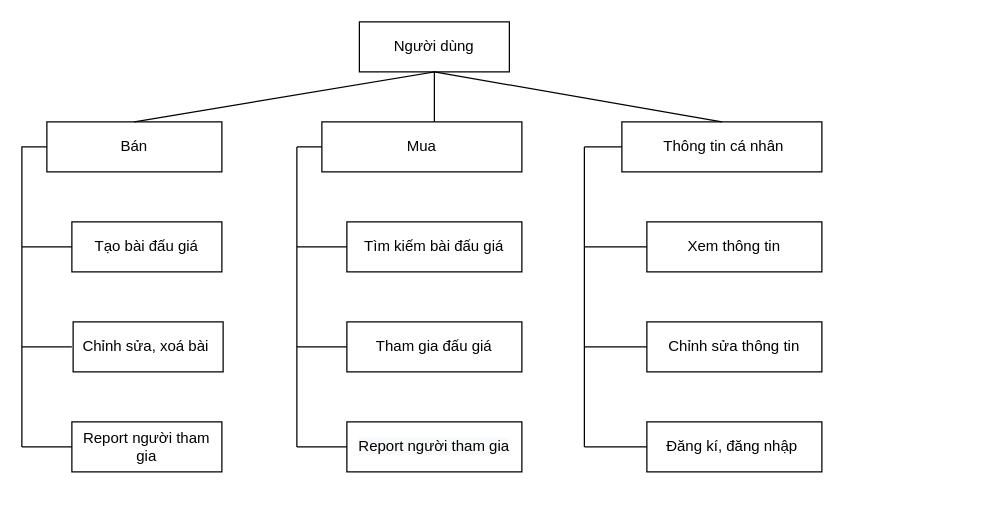
vinhmh/upload-file keeps this draw.io diagram as Untitled Diagram.drawio. Above is the earlier version. Source tidied: cells renumbered, new cells numbered last; positions are measured from the earlier drawing's top-left corner, leaving out a move shared by most shapes. Both pictures are drawn from the tidied source at 125%, with x=0, y=0 at pixel (21, 21).
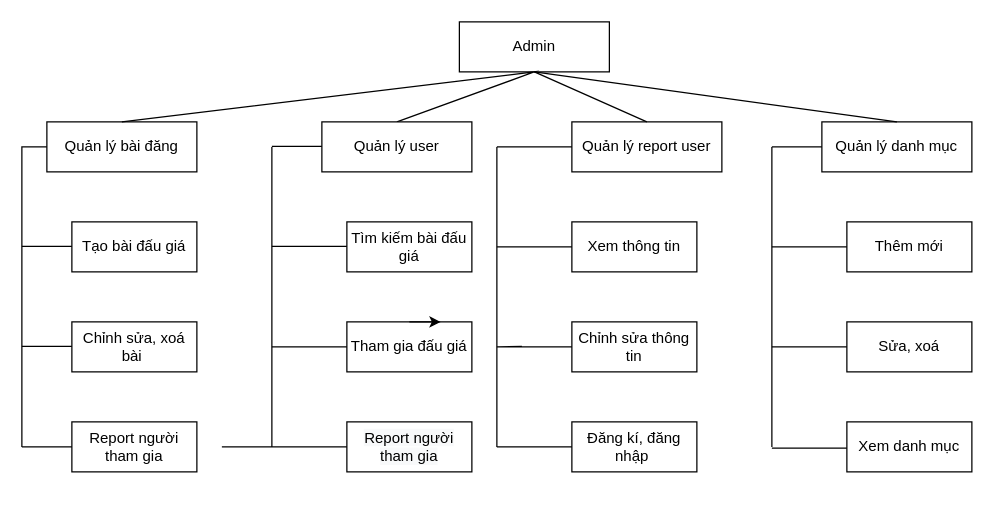
The same diagram, later.

Diff of the diagram source:
```diff
@@
-    <mxCell id="2" value="Người dùng" style="rounded=0;whiteSpace=wrap;html=1;" parent="1" vertex="1">
-      <mxGeometry x="270" width="120" height="40" as="geometry" />
+    <mxCell id="2" value="Admin" style="rounded=0;whiteSpace=wrap;html=1;" parent="1" vertex="1">
+      <mxGeometry x="350" width="120" height="40" as="geometry" />
     </mxCell>
-    <mxCell id="3" value="Bán" style="rounded=0;whiteSpace=wrap;html=1;" parent="1" vertex="1">
-      <mxGeometry x="20" y="80" width="140" height="40" as="geometry" />
+    <mxCell id="3" value="Quản lý bài đăng" style="rounded=0;whiteSpace=wrap;html=1;" parent="1" vertex="1">
+      <mxGeometry x="20" y="80" width="120" height="40" as="geometry" />
     </mxCell>
-    <mxCell id="4" style="endArrow=none;html=1;rounded=0;exitX=0.5;exitY=0;exitDx=0;exitDy=0;" parent="1" edge="1" source="3">
+    <mxCell id="4" style="endArrow=none;html=1;rounded=0;exitX=0.5;exitY=0;exitDx=0;exitDy=0;entryX=0.5;entryY=0;entryDx=0;entryDy=0;" parent="1" edge="1" source="3" target="5">
       <mxGeometry relative="1" as="geometry">
-        <mxPoint x="330" y="80" as="targetPoint" />
         <Array as="points">
-          <mxPoint x="330" y="40" />
+          <mxPoint x="410" y="40" />
         </Array>
       </mxGeometry>
     </mxCell>
-    <mxCell id="5" value="Mua" style="rounded=0;whiteSpace=wrap;html=1;" parent="1" vertex="1">
-      <mxGeometry x="240" y="80" width="160" height="40" as="geometry" />
+    <mxCell id="5" value="Quản lý user" style="rounded=0;whiteSpace=wrap;html=1;" parent="1" vertex="1">
+      <mxGeometry x="240" y="80" width="120" height="40" as="geometry" />
     </mxCell>
     <mxCell id="6" value="Tạo bài đấu giá" style="rounded=0;whiteSpace=wrap;html=1;" parent="1" vertex="1">
-      <mxGeometry x="40" y="160" width="120" height="40" as="geometry" />
+      <mxGeometry x="40" y="160" width="100" height="40" as="geometry" />
     </mxCell>
     <mxCell id="7" value="Chỉnh sửa, xoá bài&amp;nbsp;" style="rounded=0;whiteSpace=wrap;html=1;" parent="1" vertex="1">
-      <mxGeometry x="41" y="240" width="120" height="40" as="geometry" />
+      <mxGeometry x="40" y="240" width="100" height="40" as="geometry" />
     </mxCell>
     <mxCell id="8" value="Report người tham gia" style="rounded=0;whiteSpace=wrap;html=1;" parent="1" vertex="1">
-      <mxGeometry x="40" y="320" width="120" height="40" as="geometry" />
+      <mxGeometry x="40" y="320" width="100" height="40" as="geometry" />
     </mxCell>
     <mxCell id="9" value="Tham gia đấu giá" style="rounded=0;whiteSpace=wrap;html=1;" parent="1" vertex="1">
-      <mxGeometry x="260" y="240" width="140" height="40" as="geometry" />
+      <mxGeometry x="260" y="240" width="100" height="40" as="geometry" />
     </mxCell>
     <mxCell id="10" value="Tìm kiếm bài đấu giá" style="rounded=0;whiteSpace=wrap;html=1;" parent="1" vertex="1">
-      <mxGeometry x="260" y="160" width="140" height="40" as="geometry" />
+      <mxGeometry x="260" y="160" width="100" height="40" as="geometry" />
     </mxCell>
     <mxCell id="11" value="&#10;&#10;&lt;span style=&quot;color: rgb(0, 0, 0); font-family: helvetica; font-size: 12px; font-style: normal; font-weight: 400; letter-spacing: normal; text-align: center; text-indent: 0px; text-transform: none; word-spacing: 0px; background-color: rgb(248, 249, 250); display: inline; float: none;&quot;&gt;Report người tham gia&lt;/span&gt;&#10;&#10;" style="rounded=0;whiteSpace=wrap;html=1;" parent="1" vertex="1">
-      <mxGeometry x="260" y="320" width="140" height="40" as="geometry" />
+      <mxGeometry x="260" y="320" width="100" height="40" as="geometry" />
     </mxCell>
@@
     <mxCell id="14" style="endArrow=none;html=1;rounded=0;" parent="1" edge="1">
       <mxGeometry relative="1" as="geometry">
-        <mxPoint y="180" as="sourcePoint" />
-        <mxPoint x="40" y="180" as="targetPoint" />
+        <mxPoint y="179.5" as="sourcePoint" />
+        <mxPoint x="40" y="179.5" as="targetPoint" />
       </mxGeometry>
     </mxCell>
     <mxCell id="15" style="endArrow=none;html=1;rounded=0;" parent="1" edge="1">
       <mxGeometry relative="1" as="geometry">
-        <mxPoint y="260" as="sourcePoint" />
-        <mxPoint x="40" y="260" as="targetPoint" />
+        <mxPoint y="259.5" as="sourcePoint" />
+        <mxPoint x="40" y="259.5" as="targetPoint" />
       </mxGeometry>
     </mxCell>
     <mxCell id="16" style="endArrow=none;html=1;rounded=0;" parent="1" edge="1">
       <mxGeometry relative="1" as="geometry">
-        <mxPoint y="340" as="sourcePoint" />
+        <mxPoint x="40" y="340" as="sourcePoint" />
         <mxPoint x="40" y="340" as="targetPoint" />
+        <Array as="points">
+          <mxPoint y="340" />
+        </Array>
       </mxGeometry>
     </mxCell>
     <mxCell id="17" style="endArrow=none;html=1;rounded=0;" parent="1" edge="1">
       <mxGeometry relative="1" as="geometry">
-        <mxPoint x="220" y="340" as="sourcePoint" />
-        <mxPoint x="220" y="100" as="targetPoint" />
+        <mxPoint x="200" y="340" as="sourcePoint" />
+        <mxPoint x="200" y="100" as="targetPoint" />
       </mxGeometry>
     </mxCell>
-    <mxCell id="18" style="endArrow=none;html=1;rounded=0;entryX=0;entryY=0.5;entryDx=0;entryDy=0;" parent="1" edge="1" target="5">
+    <mxCell id="18" style="endArrow=none;html=1;rounded=0;" parent="1" edge="1">
       <mxGeometry relative="1" as="geometry">
-        <mxPoint x="220" y="100" as="sourcePoint" />
+        <mxPoint x="200" y="99.5" as="sourcePoint" />
+        <mxPoint x="240" y="99.5" as="targetPoint" />
       </mxGeometry>
     </mxCell>
-    <mxCell id="19" style="endArrow=none;html=1;rounded=0;entryX=0;entryY=0.5;entryDx=0;entryDy=0;" parent="1" edge="1">
+    <mxCell id="19" style="endArrow=none;html=1;rounded=0;" parent="1" edge="1">
       <mxGeometry relative="1" as="geometry">
-        <mxPoint x="220" y="180" as="sourcePoint" />
-        <mxPoint x="260" y="180" as="targetPoint" />
+        <mxPoint x="260" y="179.5" as="sourcePoint" />
+        <mxPoint x="200" y="179.5" as="targetPoint" />
       </mxGeometry>
     </mxCell>
     <mxCell id="20" style="endArrow=none;html=1;rounded=0;entryX=0;entryY=0.5;entryDx=0;entryDy=0;" parent="1" edge="1" target="11">
       <mxGeometry relative="1" as="geometry">
-        <mxPoint x="220" y="340" as="sourcePoint" />
+        <mxPoint x="200" y="340" as="sourcePoint" />
         <Array as="points">
-          <mxPoint x="240" y="340" />
+          <mxPoint x="160" y="340" />
         </Array>
       </mxGeometry>
     </mxCell>
     <mxCell id="21" style="endArrow=none;html=1;rounded=0;entryX=0;entryY=0.5;entryDx=0;entryDy=0;" parent="1" edge="1" target="9">
       <mxGeometry relative="1" as="geometry">
         <mxPoint x="220" y="260" as="sourcePoint" />
+        <Array as="points">
+          <mxPoint x="200" y="260" />
+        </Array>
       </mxGeometry>
     </mxCell>
-    <mxCell id="22" value="&amp;nbsp;Thông tin cá nhân" style="rounded=0;whiteSpace=wrap;html=1;" parent="1" vertex="1">
-      <mxGeometry x="480" y="80" width="160" height="40" as="geometry" />
+    <mxCell id="22" value="Quản lý report user" style="rounded=0;whiteSpace=wrap;html=1;" parent="1" vertex="1">
+      <mxGeometry x="440" y="80" width="120" height="40" as="geometry" />
     </mxCell>
     <mxCell id="23" value="Xem thông tin" style="rounded=0;whiteSpace=wrap;html=1;" parent="1" vertex="1">
-      <mxGeometry x="500" y="160" width="140" height="40" as="geometry" />
+      <mxGeometry x="440" y="160" width="100" height="40" as="geometry" />
     </mxCell>
     <mxCell id="24" value="Chỉnh sửa thông tin" style="rounded=0;whiteSpace=wrap;html=1;" parent="1" vertex="1">
-      <mxGeometry x="500" y="240" width="140" height="40" as="geometry" />
+      <mxGeometry x="440" y="240" width="100" height="40" as="geometry" />
     </mxCell>
     <mxCell id="25" value="Đăng kí, đăng nhập&amp;nbsp;" style="rounded=0;whiteSpace=wrap;html=1;" parent="1" vertex="1">
-      <mxGeometry x="500" y="320" width="140" height="40" as="geometry" />
+      <mxGeometry x="440" y="320" width="100" height="40" as="geometry" />
     </mxCell>
     <mxCell id="26" style="endArrow=none;html=1;rounded=0;exitX=0.5;exitY=0;exitDx=0;exitDy=0;" parent="1" edge="1" source="22">
       <mxGeometry relative="1" as="geometry">
-        <mxPoint x="330" y="40" as="targetPoint" />
+        <mxPoint x="410" y="40" as="targetPoint" />
       </mxGeometry>
     </mxCell>
     <mxCell id="27" style="endArrow=none;html=1;rounded=0;" parent="1" edge="1">
       <mxGeometry relative="1" as="geometry">
-        <mxPoint x="450" y="340" as="sourcePoint" />
-        <mxPoint x="450" y="100" as="targetPoint" />
+        <mxPoint x="380" y="340" as="sourcePoint" />
+        <mxPoint x="380" y="100" as="targetPoint" />
       </mxGeometry>
     </mxCell>
-    <mxCell id="28" style="endArrow=none;html=1;rounded=0;entryX=0;entryY=0.5;entryDx=0;entryDy=0;" parent="1" edge="1">
-      <mxGeometry relative="1" as="geometry">
-        <mxPoint x="450" y="180" as="sourcePoint" />
-        <mxPoint x="500" y="180" as="targetPoint" />
-      </mxGeometry>
-    </mxCell>
-    <mxCell id="29" style="endArrow=none;html=1;rounded=0;" parent="1" edge="1">
+    <mxCell id="29" style="endArrow=none;html=1;rounded=0;entryX=0;entryY=0.5;entryDx=0;entryDy=0;" parent="1" edge="1" target="24">
       <mxGeometry relative="1" as="geometry">
-        <mxPoint x="450" y="260" as="sourcePoint" />
-        <mxPoint x="500" y="260" as="targetPoint" />
+        <mxPoint x="400" y="259.5" as="sourcePoint" />
+        <Array as="points">
+          <mxPoint x="380" y="260" />
+        </Array>
       </mxGeometry>
     </mxCell>
     <mxCell id="30" style="endArrow=none;html=1;rounded=0;entryX=0;entryY=0.5;entryDx=0;entryDy=0;" parent="1" edge="1" target="25">
       <mxGeometry relative="1" as="geometry">
-        <mxPoint x="450" y="340" as="sourcePoint" />
+        <mxPoint x="440" y="340" as="sourcePoint" />
+        <Array as="points">
+          <mxPoint x="380" y="340" />
+          <mxPoint x="400" y="340" />
+        </Array>
       </mxGeometry>
     </mxCell>
     <mxCell id="31" style="endArrow=none;html=1;rounded=0;entryX=0;entryY=0.5;entryDx=0;entryDy=0;" parent="1" edge="1" target="22">
       <mxGeometry relative="1" as="geometry">
-        <mxPoint x="450" y="100" as="sourcePoint" />
+        <mxPoint x="420" y="100" as="sourcePoint" />
+        <Array as="points">
+          <mxPoint x="380" y="100" />
+          <mxPoint x="400" y="100" />
+        </Array>
       </mxGeometry>
     </mxCell>
+    <mxCell id="32" value="Quản lý danh mục" style="rounded=0;whiteSpace=wrap;html=1;" parent="1" vertex="1">
+      <mxGeometry x="640" y="80" width="120" height="40" as="geometry" />
+    </mxCell>
+    <mxCell id="33" value="Thêm mới" style="rounded=0;whiteSpace=wrap;html=1;" parent="1" vertex="1">
+      <mxGeometry x="660" y="160" width="100" height="40" as="geometry" />
+    </mxCell>
+    <mxCell id="34" value="Sửa, xoá" style="rounded=0;whiteSpace=wrap;html=1;" parent="1" vertex="1">
+      <mxGeometry x="660" y="240" width="100" height="40" as="geometry" />
+    </mxCell>
+    <mxCell id="35" value="Xem danh mục" style="rounded=0;whiteSpace=wrap;html=1;" parent="1" vertex="1">
+      <mxGeometry x="660" y="320" width="100" height="40" as="geometry" />
+    </mxCell>
+    <mxCell id="36" style="endArrow=none;html=1;rounded=0;" parent="1" edge="1">
+      <mxGeometry relative="1" as="geometry">
+        <mxPoint x="600" y="340" as="sourcePoint" />
+        <mxPoint x="600" y="100" as="targetPoint" />
+      </mxGeometry>
+    </mxCell>
+    <mxCell id="37" style="endArrow=none;html=1;rounded=0;" parent="1" edge="1">
+      <mxGeometry relative="1" as="geometry">
+        <mxPoint x="600" y="180" as="sourcePoint" />
+        <mxPoint x="660" y="180" as="targetPoint" />
+      </mxGeometry>
+    </mxCell>
+    <mxCell id="38" style="endArrow=none;html=1;rounded=0;entryX=0;entryY=0.5;entryDx=0;entryDy=0;" parent="1" edge="1" target="34">
+      <mxGeometry relative="1" as="geometry">
+        <mxPoint x="610" y="260" as="sourcePoint" />
+        <Array as="points">
+          <mxPoint x="600" y="260" />
+        </Array>
+      </mxGeometry>
+    </mxCell>
+    <mxCell id="39" style="endArrow=none;html=1;rounded=0;" parent="1" edge="1">
+      <mxGeometry relative="1" as="geometry">
+        <mxPoint x="660" y="341" as="sourcePoint" />
+        <mxPoint x="660" y="341" as="targetPoint" />
+        <Array as="points">
+          <mxPoint x="600" y="341" />
+        </Array>
+      </mxGeometry>
+    </mxCell>
+    <mxCell id="40" style="endArrow=none;html=1;rounded=0;exitX=0;exitY=0.5;exitDx=0;exitDy=0;" parent="1" edge="1" source="23">
+      <mxGeometry relative="1" as="geometry">
+        <mxPoint x="380" y="180" as="targetPoint" />
+      </mxGeometry>
+    </mxCell>
+    <mxCell id="41" style="endArrow=none;html=1;rounded=0;exitX=0;exitY=0.5;exitDx=0;exitDy=0;" parent="1" edge="1" source="32">
+      <mxGeometry relative="1" as="geometry">
+        <mxPoint x="600" y="100" as="targetPoint" />
+      </mxGeometry>
+    </mxCell>
+    <mxCell id="42" style="endArrow=none;html=1;rounded=0;exitX=0.5;exitY=0;exitDx=0;exitDy=0;" parent="1" edge="1" source="32">
+      <mxGeometry relative="1" as="geometry">
+        <mxPoint x="410" y="40" as="targetPoint" />
+      </mxGeometry>
+    </mxCell>
+    <mxCell id="43" style="edgeStyle=orthogonalEdgeStyle;rounded=0;orthogonalLoop=1;jettySize=auto;html=1;exitX=0.5;exitY=0;exitDx=0;exitDy=0;entryX=0.75;entryY=0;entryDx=0;entryDy=0;" parent="1" edge="1" source="9" target="9">
+      <mxGeometry relative="1" as="geometry" />
+    </mxCell>
```
